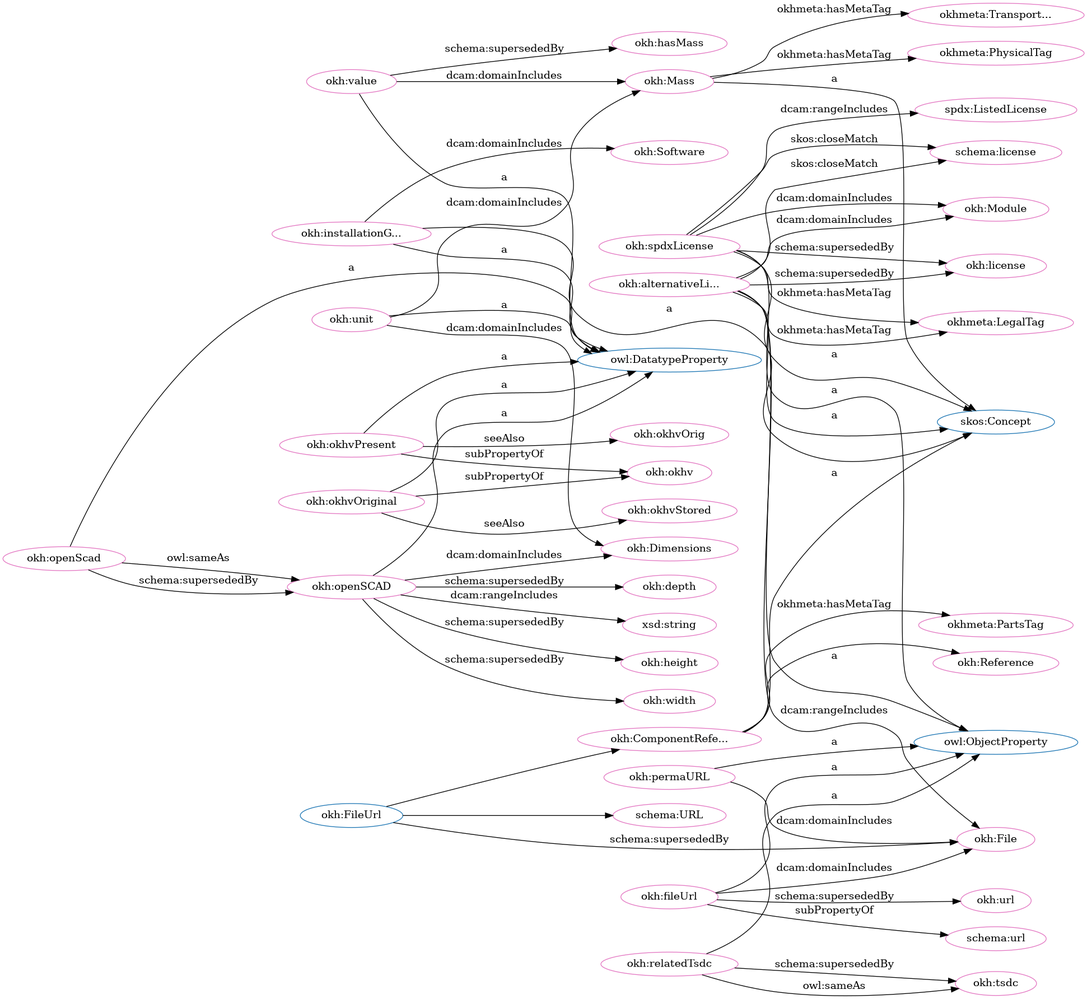
iop-alliance/OpenKnowHow keeps this Graphviz diagram as src/spec/dot_okh_deprecated.png. Above is the earlier version. Its source is kept beside it as src/spec/dot_okh_deprecated.dot.
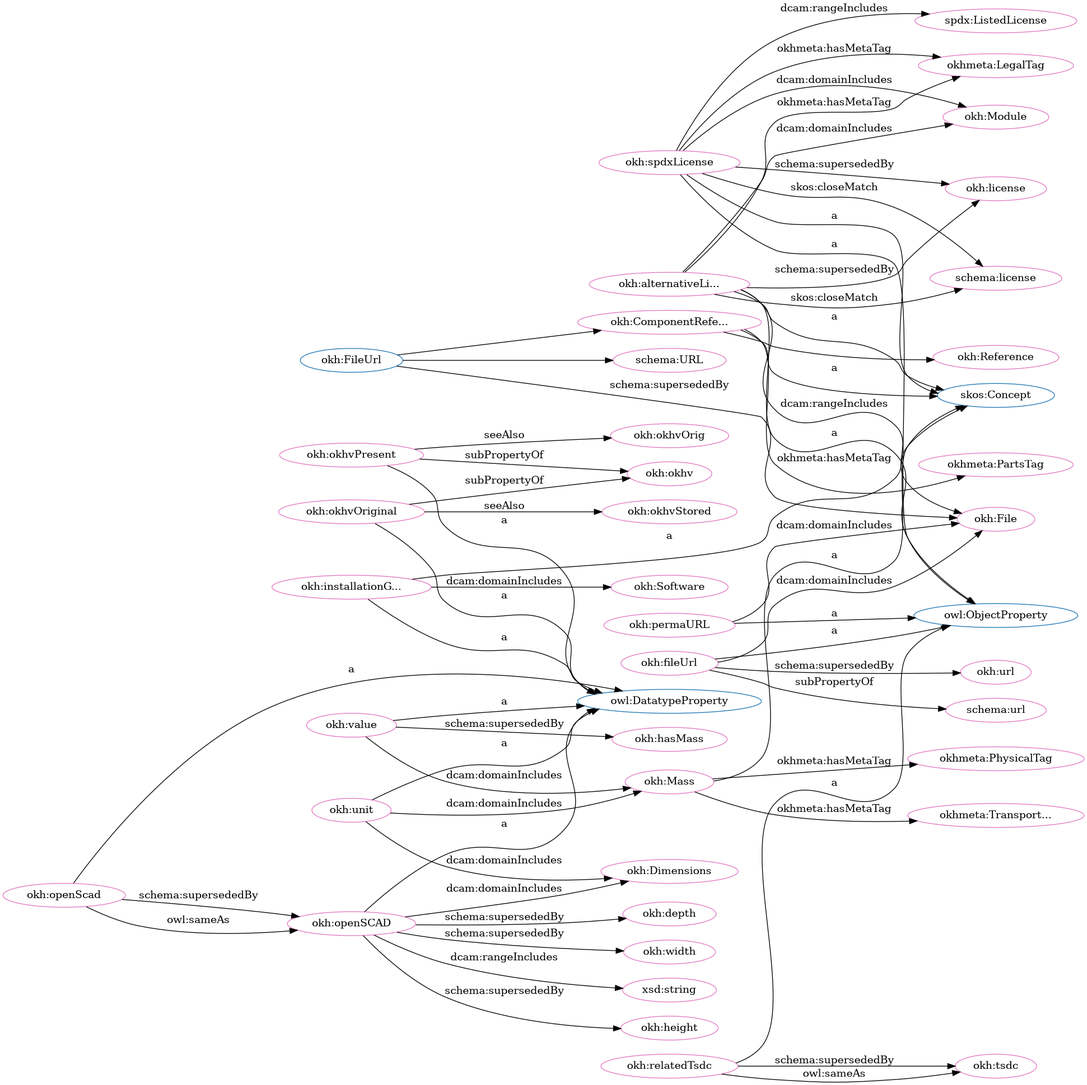
The same file after the commit.

The edit, as a diff of the source:
```diff
@@ -1,106 +1,106 @@
 digraph G {
   rankdir=BT
   node[height=.3]
+"http://www.w3.org/2002/07/owl#ObjectProperty" [fillcolor="#1f77b4" color="#1f77b4" label="owl:ObjectProperty"]
+"http://www.w3.org/2004/02/skos/core#Concept" [fillcolor="#1f77b4" color="#1f77b4" label="skos:Concept"]
+"http://w3id.org/oseg/ont/okh#FileUrl" [fillcolor="#1f77b4" color="#1f77b4" label="okh:FileUrl"]
+"http://w3id.org/oseg/ont/okh#ComponentReference" [fillcolor="#1f77b4" color="#1f77b4" label="okh:ComponentRefe..."]
 "http://w3id.org/oseg/ont/okh#Reference" [fillcolor="#1f77b4" color="#1f77b4" label="okh:Reference"]
-"http://www.w3.org/2002/07/owl#ObjectProperty" [fillcolor="#1f77b4" color="#1f77b4" label="owl:ObjectProperty"]
+"http://www.w3.org/2002/07/owl#DatatypeProperty" [fillcolor="#1f77b4" color="#1f77b4" label="owl:DatatypeProperty"]
+"http://w3id.org/oseg/ont/okh#Mass" [fillcolor="#1f77b4" color="#1f77b4" label="okh:Mass"]
 "http://schema.org/URL" [fillcolor="#1f77b4" color="#1f77b4" label="schema:URL"]
-"http://w3id.org/oseg/ont/okh#FileUrl" [fillcolor="#1f77b4" color="#1f77b4" label="okh:FileUrl"]
-"http://w3id.org/oseg/ont/okh#Mass" [fillcolor="#1f77b4" color="#1f77b4" label="okh:Mass"]
-"http://www.w3.org/2004/02/skos/core#Concept" [fillcolor="#1f77b4" color="#1f77b4" label="skos:Concept"]
-"http://www.w3.org/2002/07/owl#DatatypeProperty" [fillcolor="#1f77b4" color="#1f77b4" label="owl:DatatypeProperty"]
-"http://w3id.org/oseg/ont/okh#ComponentReference" [fillcolor="#1f77b4" color="#1f77b4" label="okh:ComponentRefe..."]
-"http://w3id.org/oseg/ont/okh#okhvPresent" [fillcolor="#e377c2" color="#e377c2" label="okh:okhvPresent"]
+"http://w3id.org/oseg/ont/okh#Reference" [fillcolor="#e377c2" color="#e377c2" label="okh:Reference"]
 "http://w3id.org/oseg/ont/okh#File" [fillcolor="#e377c2" color="#e377c2" label="okh:File"]
-"http://w3id.org/oseg/ont/okh#openSCAD" [fillcolor="#e377c2" color="#e377c2" label="okh:openSCAD"]
-"http://w3id.org/oseg/ont/okhmetaLegalTag" [fillcolor="#e377c2" color="#e377c2" label="okhmeta:LegalTag"]
-"http://w3id.org/oseg/ont/okh#ComponentReference" [fillcolor="#e377c2" color="#e377c2" label="okh:ComponentRefe..."]
-"http://w3id.org/oseg/ont/okh#Reference" [fillcolor="#e377c2" color="#e377c2" label="okh:Reference"]
-"http://w3id.org/oseg/ont/okh#okhvStored" [fillcolor="#e377c2" color="#e377c2" label="okh:okhvStored"]
-"http://w3id.org/oseg/ont/okh#spdxLicense" [fillcolor="#e377c2" color="#e377c2" label="okh:spdxLicense"]
-"http://w3id.org/oseg/ont/okh#license" [fillcolor="#e377c2" color="#e377c2" label="okh:license"]
-"http://w3id.org/oseg/ont/okh#hasMass" [fillcolor="#e377c2" color="#e377c2" label="okh:hasMass"]
-"http://w3id.org/oseg/ont/okh#okhv" [fillcolor="#e377c2" color="#e377c2" label="okh:okhv"]
-"http://w3id.org/oseg/ont/okh#tsdc" [fillcolor="#e377c2" color="#e377c2" label="okh:tsdc"]
-"http://spdx.org/rdf/terms#ListedLicense" [fillcolor="#e377c2" color="#e377c2" label="spdx:ListedLicense"]
-"http://w3id.org/oseg/ont/okh#openScad" [fillcolor="#e377c2" color="#e377c2" label="okh:openScad"]
-"http://w3id.org/oseg/ont/okhmetaPhysicalTag" [fillcolor="#e377c2" color="#e377c2" label="okhmeta:PhysicalTag"]
-"http://w3id.org/oseg/ont/okh#Mass" [fillcolor="#e377c2" color="#e377c2" label="okh:Mass"]
-"http://w3id.org/oseg/ont/okh#width" [fillcolor="#e377c2" color="#e377c2" label="okh:width"]
-"http://w3id.org/oseg/ont/okh#fileUrl" [fillcolor="#e377c2" color="#e377c2" label="okh:fileUrl"]
-"http://schema.org/url" [fillcolor="#e377c2" color="#e377c2" label="schema:url"]
-"http://w3id.org/oseg/ont/okh#Software" [fillcolor="#e377c2" color="#e377c2" label="okh:Software"]
-"http://w3id.org/oseg/ont/okh#depth" [fillcolor="#e377c2" color="#e377c2" label="okh:depth"]
-"http://w3id.org/oseg/ont/okh#unit" [fillcolor="#e377c2" color="#e377c2" label="okh:unit"]
 "http://schema.org/URL" [fillcolor="#e377c2" color="#e377c2" label="schema:URL"]
 "http://w3id.org/oseg/ont/okhmetaPartsTag" [fillcolor="#e377c2" color="#e377c2" label="okhmeta:PartsTag"]
+"http://w3id.org/oseg/ont/okh#okhvPresent" [fillcolor="#e377c2" color="#e377c2" label="okh:okhvPresent"]
+"http://w3id.org/oseg/ont/okh#url" [fillcolor="#e377c2" color="#e377c2" label="okh:url"]
+"http://w3id.org/oseg/ont/okh#Dimensions" [fillcolor="#e377c2" color="#e377c2" label="okh:Dimensions"]
+"http://w3id.org/oseg/ont/okh#Module" [fillcolor="#e377c2" color="#e377c2" label="okh:Module"]
+"http://w3id.org/oseg/ont/okhmetaPhysicalTag" [fillcolor="#e377c2" color="#e377c2" label="okhmeta:PhysicalTag"]
+"http://w3id.org/oseg/ont/okh#installationGuide" [fillcolor="#e377c2" color="#e377c2" label="okh:installationG..."]
+"http://w3id.org/oseg/ont/okh#width" [fillcolor="#e377c2" color="#e377c2" label="okh:width"]
+"http://w3id.org/oseg/ont/okh#Mass" [fillcolor="#e377c2" color="#e377c2" label="okh:Mass"]
+"http://w3id.org/oseg/ont/okh#tsdc" [fillcolor="#e377c2" color="#e377c2" label="okh:tsdc"]
+"http://www.w3.org/2001/XMLSchema#string" [fillcolor="#e377c2" color="#e377c2" label="xsd:string"]
+"http://schema.org/license" [fillcolor="#e377c2" color="#e377c2" label="schema:license"]
+"http://schema.org/url" [fillcolor="#e377c2" color="#e377c2" label="schema:url"]
+"http://w3id.org/oseg/ont/okh#unit" [fillcolor="#e377c2" color="#e377c2" label="okh:unit"]
+"http://w3id.org/oseg/ont/okh#spdxLicense" [fillcolor="#e377c2" color="#e377c2" label="okh:spdxLicense"]
+"http://w3id.org/oseg/ont/okh#okhvStored" [fillcolor="#e377c2" color="#e377c2" label="okh:okhvStored"]
+"http://w3id.org/oseg/ont/okh#okhv" [fillcolor="#e377c2" color="#e377c2" label="okh:okhv"]
+"http://w3id.org/oseg/ont/okh#height" [fillcolor="#e377c2" color="#e377c2" label="okh:height"]
 "http://w3id.org/oseg/ont/okh#alternativeLicense" [fillcolor="#e377c2" color="#e377c2" label="okh:alternativeLi..."]
+"http://w3id.org/oseg/ont/okh#okhvOrig" [fillcolor="#e377c2" color="#e377c2" label="okh:okhvOrig"]
+"http://w3id.org/oseg/ont/okh#relatedTsdc" [fillcolor="#e377c2" color="#e377c2" label="okh:relatedTsdc"]
+"http://w3id.org/oseg/ont/okh#fileUrl" [fillcolor="#e377c2" color="#e377c2" label="okh:fileUrl"]
+"http://w3id.org/oseg/ont/okhmetaLegalTag" [fillcolor="#e377c2" color="#e377c2" label="okhmeta:LegalTag"]
+"http://w3id.org/oseg/ont/okh#permaURL" [fillcolor="#e377c2" color="#e377c2" label="okh:permaURL"]
+"http://w3id.org/oseg/ont/okh#ComponentReference" [fillcolor="#e377c2" color="#e377c2" label="okh:ComponentRefe..."]
+"http://w3id.org/oseg/ont/okh#value" [fillcolor="#e377c2" color="#e377c2" label="okh:value"]
+"http://w3id.org/oseg/ont/okh#hasMass" [fillcolor="#e377c2" color="#e377c2" label="okh:hasMass"]
+"http://w3id.org/oseg/ont/okh#depth" [fillcolor="#e377c2" color="#e377c2" label="okh:depth"]
+"http://w3id.org/oseg/ont/okh#openSCAD" [fillcolor="#e377c2" color="#e377c2" label="okh:openSCAD"]
+"http://w3id.org/oseg/ont/okh#okhvOriginal" [fillcolor="#e377c2" color="#e377c2" label="okh:okhvOriginal"]
+"http://w3id.org/oseg/ont/okh#Software" [fillcolor="#e377c2" color="#e377c2" label="okh:Software"]
+"http://w3id.org/oseg/ont/okh#license" [fillcolor="#e377c2" color="#e377c2" label="okh:license"]
 "http://w3id.org/oseg/ont/okhmetaTransportationTag" [fillcolor="#e377c2" color="#e377c2" label="okhmeta:Transport..."]
-"http://w3id.org/oseg/ont/okh#Module" [fillcolor="#e377c2" color="#e377c2" label="okh:Module"]
-"http://w3id.org/oseg/ont/okh#url" [fillcolor="#e377c2" color="#e377c2" label="okh:url"]
-"http://w3id.org/oseg/ont/okh#okhvOriginal" [fillcolor="#e377c2" color="#e377c2" label="okh:okhvOriginal"]
-"http://w3id.org/oseg/ont/okh#permaURL" [fillcolor="#e377c2" color="#e377c2" label="okh:permaURL"]
-"http://w3id.org/oseg/ont/okh#relatedTsdc" [fillcolor="#e377c2" color="#e377c2" label="okh:relatedTsdc"]
-"http://schema.org/license" [fillcolor="#e377c2" color="#e377c2" label="schema:license"]
-"http://w3id.org/oseg/ont/okh#Dimensions" [fillcolor="#e377c2" color="#e377c2" label="okh:Dimensions"]
-"http://w3id.org/oseg/ont/okh#value" [fillcolor="#e377c2" color="#e377c2" label="okh:value"]
-"http://w3id.org/oseg/ont/okh#installationGuide" [fillcolor="#e377c2" color="#e377c2" label="okh:installationG..."]
-"http://w3id.org/oseg/ont/okh#height" [fillcolor="#e377c2" color="#e377c2" label="okh:height"]
-"http://www.w3.org/2001/XMLSchema#string" [fillcolor="#e377c2" color="#e377c2" label="xsd:string"]
-"http://w3id.org/oseg/ont/okh#okhvOrig" [fillcolor="#e377c2" color="#e377c2" label="okh:okhvOrig"]
+"http://w3id.org/oseg/ont/okh#openScad" [fillcolor="#e377c2" color="#e377c2" label="okh:openScad"]
+"http://spdx.org/rdf/terms#ListedLicense" [fillcolor="#e377c2" color="#e377c2" label="spdx:ListedLicense"]
+  "http://w3id.org/oseg/ont/okh#ComponentReference" -> "http://w3id.org/oseg/ont/okh#Reference" [label=""]
+  "http://w3id.org/oseg/ont/okh#FileUrl" -> "http://w3id.org/oseg/ont/okh#File" [label="schema:supersededBy"]
+  "http://w3id.org/oseg/ont/okh#FileUrl" -> "http://schema.org/URL" [label=""]
   "http://w3id.org/oseg/ont/okh#okhvPresent" -> "http://www.w3.org/2002/07/owl#DatatypeProperty" [label="a"]
+  "http://w3id.org/oseg/ont/okh#fileUrl" -> "http://w3id.org/oseg/ont/okh#url" [label="schema:supersededBy"]
+  "http://w3id.org/oseg/ont/okh#unit" -> "http://w3id.org/oseg/ont/okh#Dimensions" [label="dcam:domainIncludes"]
+  "http://w3id.org/oseg/ont/okh#spdxLicense" -> "http://w3id.org/oseg/ont/okh#Module" [label="dcam:domainIncludes"]
+  "http://w3id.org/oseg/ont/okh#Mass" -> "http://w3id.org/oseg/ont/okhmetaPhysicalTag" [label="okhmeta:hasMetaTag"]
+  "http://w3id.org/oseg/ont/okh#installationGuide" -> "http://www.w3.org/2004/02/skos/core#Concept" [label="a"]
+  "http://w3id.org/oseg/ont/okh#openSCAD" -> "http://w3id.org/oseg/ont/okh#width" [label="schema:supersededBy"]
+  "http://w3id.org/oseg/ont/okh#value" -> "http://w3id.org/oseg/ont/okh#Mass" [label="dcam:domainIncludes"]
+  "http://w3id.org/oseg/ont/okh#relatedTsdc" -> "http://w3id.org/oseg/ont/okh#tsdc" [label="owl:sameAs"]
+  "http://w3id.org/oseg/ont/okh#openSCAD" -> "http://www.w3.org/2001/XMLSchema#string" [label="dcam:rangeIncludes"]
+  "http://w3id.org/oseg/ont/okh#spdxLicense" -> "http://schema.org/license" [label="skos:closeMatch"]
+  "http://w3id.org/oseg/ont/okh#alternativeLicense" -> "http://schema.org/license" [label="skos:closeMatch"]
+  "http://w3id.org/oseg/ont/okh#fileUrl" -> "http://schema.org/url" [label="subPropertyOf"]
+  "http://w3id.org/oseg/ont/okh#Mass" -> "http://www.w3.org/2004/02/skos/core#Concept" [label="a"]
+  "http://w3id.org/oseg/ont/okh#unit" -> "http://www.w3.org/2002/07/owl#DatatypeProperty" [label="a"]
+  "http://w3id.org/oseg/ont/okh#spdxLicense" -> "http://www.w3.org/2004/02/skos/core#Concept" [label="a"]
+  "http://w3id.org/oseg/ont/okh#okhvOriginal" -> "http://w3id.org/oseg/ont/okh#okhvStored" [label="seeAlso"]
+  "http://w3id.org/oseg/ont/okh#alternativeLicense" -> "http://w3id.org/oseg/ont/okh#Module" [label="dcam:domainIncludes"]
+  "http://w3id.org/oseg/ont/okh#spdxLicense" -> "http://www.w3.org/2002/07/owl#ObjectProperty" [label="a"]
+  "http://w3id.org/oseg/ont/okh#okhvOriginal" -> "http://w3id.org/oseg/ont/okh#okhv" [label="subPropertyOf"]
+  "http://w3id.org/oseg/ont/okh#openSCAD" -> "http://w3id.org/oseg/ont/okh#height" [label="schema:supersededBy"]
+  "http://w3id.org/oseg/ont/okh#alternativeLicense" -> "http://www.w3.org/2004/02/skos/core#Concept" [label="a"]
+  "http://w3id.org/oseg/ont/okh#okhvPresent" -> "http://w3id.org/oseg/ont/okh#okhvOrig" [label="seeAlso"]
+  "http://w3id.org/oseg/ont/okh#alternativeLicense" -> "http://www.w3.org/2002/07/owl#ObjectProperty" [label="a"]
+  "http://w3id.org/oseg/ont/okh#relatedTsdc" -> "http://www.w3.org/2002/07/owl#ObjectProperty" [label="a"]
+  "http://w3id.org/oseg/ont/okh#fileUrl" -> "http://www.w3.org/2002/07/owl#ObjectProperty" [label="a"]
+  "http://w3id.org/oseg/ont/okh#spdxLicense" -> "http://w3id.org/oseg/ont/okhmetaLegalTag" [label="okhmeta:hasMetaTag"]
+  "http://w3id.org/oseg/ont/okh#permaURL" -> "http://www.w3.org/2002/07/owl#ObjectProperty" [label="a"]
+  "http://w3id.org/oseg/ont/okh#alternativeLicense" -> "http://w3id.org/oseg/ont/okhmetaLegalTag" [label="okhmeta:hasMetaTag"]
   "http://w3id.org/oseg/ont/okh#alternativeLicense" -> "http://w3id.org/oseg/ont/okh#File" [label="dcam:rangeIncludes"]
+  "http://w3id.org/oseg/ont/okh#ComponentReference" -> "http://www.w3.org/2004/02/skos/core#Concept" [label="a"]
+  "http://w3id.org/oseg/ont/okh#fileUrl" -> "http://w3id.org/oseg/ont/okh#File" [label="dcam:domainIncludes"]
+  "http://w3id.org/oseg/ont/okh#value" -> "http://www.w3.org/2002/07/owl#DatatypeProperty" [label="a"]
+  "http://w3id.org/oseg/ont/okh#value" -> "http://w3id.org/oseg/ont/okh#hasMass" [label="schema:supersededBy"]
+  "http://w3id.org/oseg/ont/okh#openSCAD" -> "http://w3id.org/oseg/ont/okh#depth" [label="schema:supersededBy"]
+  "http://w3id.org/oseg/ont/okh#permaURL" -> "http://w3id.org/oseg/ont/okh#File" [label="dcam:domainIncludes"]
+  "http://w3id.org/oseg/ont/okh#openSCAD" -> "http://www.w3.org/2002/07/owl#DatatypeProperty" [label="a"]
+  "http://w3id.org/oseg/ont/okh#openSCAD" -> "http://w3id.org/oseg/ont/okh#Dimensions" [label="dcam:domainIncludes"]
+  "http://w3id.org/oseg/ont/okh#okhvPresent" -> "http://w3id.org/oseg/ont/okh#okhv" [label="subPropertyOf"]
+  "http://w3id.org/oseg/ont/okh#okhvOriginal" -> "http://www.w3.org/2002/07/owl#DatatypeProperty" [label="a"]
+  "http://w3id.org/oseg/ont/okh#installationGuide" -> "http://w3id.org/oseg/ont/okh#Software" [label="dcam:domainIncludes"]
   "http://w3id.org/oseg/ont/okh#openScad" -> "http://w3id.org/oseg/ont/okh#openSCAD" [label="schema:supersededBy"]
-  "http://w3id.org/oseg/ont/okh#alternativeLicense" -> "http://w3id.org/oseg/ont/okhmetaLegalTag" [label="okhmeta:hasMetaTag"]
-  "http://w3id.org/oseg/ont/okh#ComponentReference" -> "http://www.w3.org/2004/02/skos/core#Concept" [label="a"]
-  "http://w3id.org/oseg/ont/okh#ComponentReference" -> "http://w3id.org/oseg/ont/okh#Reference" [label=""]
-  "http://w3id.org/oseg/ont/okh#okhvOriginal" -> "http://w3id.org/oseg/ont/okh#okhvStored" [label="seeAlso"]
-  "http://w3id.org/oseg/ont/okh#spdxLicense" -> "http://www.w3.org/2002/07/owl#ObjectProperty" [label="a"]
   "http://w3id.org/oseg/ont/okh#spdxLicense" -> "http://w3id.org/oseg/ont/okh#license" [label="schema:supersededBy"]
-  "http://w3id.org/oseg/ont/okh#value" -> "http://w3id.org/oseg/ont/okh#hasMass" [label="schema:supersededBy"]
-  "http://w3id.org/oseg/ont/okh#okhvOriginal" -> "http://w3id.org/oseg/ont/okh#okhv" [label="subPropertyOf"]
-  "http://w3id.org/oseg/ont/okh#relatedTsdc" -> "http://w3id.org/oseg/ont/okh#tsdc" [label="owl:sameAs"]
+  "http://w3id.org/oseg/ont/okh#installationGuide" -> "http://www.w3.org/2002/07/owl#DatatypeProperty" [label="a"]
+  "http://w3id.org/oseg/ont/okh#Mass" -> "http://w3id.org/oseg/ont/okhmetaTransportationTag" [label="okhmeta:hasMetaTag"]
+  "http://w3id.org/oseg/ont/okh#alternativeLicense" -> "http://w3id.org/oseg/ont/okh#license" [label="schema:supersededBy"]
+  "http://w3id.org/oseg/ont/okh#openScad" -> "http://www.w3.org/2002/07/owl#DatatypeProperty" [label="a"]
+  "http://w3id.org/oseg/ont/okh#unit" -> "http://w3id.org/oseg/ont/okh#Mass" [label="dcam:domainIncludes"]
   "http://w3id.org/oseg/ont/okh#spdxLicense" -> "http://spdx.org/rdf/terms#ListedLicense" [label="dcam:rangeIncludes"]
-  "http://w3id.org/oseg/ont/okh#openScad" -> "http://www.w3.org/2002/07/owl#DatatypeProperty" [label="a"]
-  "http://w3id.org/oseg/ont/okh#Mass" -> "http://w3id.org/oseg/ont/okhmetaPhysicalTag" [label="okhmeta:hasMetaTag"]
-  "http://w3id.org/oseg/ont/okh#value" -> "http://w3id.org/oseg/ont/okh#Mass" [label="dcam:domainIncludes"]
-  "http://w3id.org/oseg/ont/okh#openSCAD" -> "http://w3id.org/oseg/ont/okh#width" [label="schema:supersededBy"]
-  "http://w3id.org/oseg/ont/okh#spdxLicense" -> "http://www.w3.org/2004/02/skos/core#Concept" [label="a"]
-  "http://w3id.org/oseg/ont/okh#fileUrl" -> "http://www.w3.org/2002/07/owl#ObjectProperty" [label="a"]
-  "http://w3id.org/oseg/ont/okh#fileUrl" -> "http://schema.org/url" [label="subPropertyOf"]
-  "http://w3id.org/oseg/ont/okh#installationGuide" -> "http://w3id.org/oseg/ont/okh#Software" [label="dcam:domainIncludes"]
-  "http://w3id.org/oseg/ont/okh#openSCAD" -> "http://w3id.org/oseg/ont/okh#depth" [label="schema:supersededBy"]
-  "http://w3id.org/oseg/ont/okh#Mass" -> "http://www.w3.org/2004/02/skos/core#Concept" [label="a"]
-  "http://w3id.org/oseg/ont/okh#permaURL" -> "http://w3id.org/oseg/ont/okh#File" [label="dcam:domainIncludes"]
-  "http://w3id.org/oseg/ont/okh#unit" -> "http://www.w3.org/2002/07/owl#DatatypeProperty" [label="a"]
-  "http://w3id.org/oseg/ont/okh#okhvPresent" -> "http://w3id.org/oseg/ont/okh#okhv" [label="subPropertyOf"]
-  "http://w3id.org/oseg/ont/okh#FileUrl" -> "http://schema.org/URL" [label=""]
+  "http://w3id.org/oseg/ont/okh#FileUrl" -> "http://w3id.org/oseg/ont/okh#ComponentReference" [label=""]
   "http://w3id.org/oseg/ont/okh#relatedTsdc" -> "http://w3id.org/oseg/ont/okh#tsdc" [label="schema:supersededBy"]
+  "http://w3id.org/oseg/ont/okh#openScad" -> "http://w3id.org/oseg/ont/okh#openSCAD" [label="owl:sameAs"]
   "http://w3id.org/oseg/ont/okh#ComponentReference" -> "http://w3id.org/oseg/ont/okhmetaPartsTag" [label="okhmeta:hasMetaTag"]
-  "http://w3id.org/oseg/ont/okh#alternativeLicense" -> "http://www.w3.org/2002/07/owl#ObjectProperty" [label="a"]
-  "http://w3id.org/oseg/ont/okh#fileUrl" -> "http://w3id.org/oseg/ont/okh#File" [label="dcam:domainIncludes"]
-  "http://w3id.org/oseg/ont/okh#alternativeLicense" -> "http://w3id.org/oseg/ont/okh#license" [label="schema:supersededBy"]
-  "http://w3id.org/oseg/ont/okh#Mass" -> "http://w3id.org/oseg/ont/okhmetaTransportationTag" [label="okhmeta:hasMetaTag"]
-  "http://w3id.org/oseg/ont/okh#spdxLicense" -> "http://w3id.org/oseg/ont/okh#Module" [label="dcam:domainIncludes"]
-  "http://w3id.org/oseg/ont/okh#fileUrl" -> "http://w3id.org/oseg/ont/okh#url" [label="schema:supersededBy"]
-  "http://w3id.org/oseg/ont/okh#okhvOriginal" -> "http://www.w3.org/2002/07/owl#DatatypeProperty" [label="a"]
-  "http://w3id.org/oseg/ont/okh#openScad" -> "http://w3id.org/oseg/ont/okh#openSCAD" [label="owl:sameAs"]
-  "http://w3id.org/oseg/ont/okh#alternativeLicense" -> "http://www.w3.org/2004/02/skos/core#Concept" [label="a"]
-  "http://w3id.org/oseg/ont/okh#permaURL" -> "http://www.w3.org/2002/07/owl#ObjectProperty" [label="a"]
-  "http://w3id.org/oseg/ont/okh#unit" -> "http://w3id.org/oseg/ont/okh#Mass" [label="dcam:domainIncludes"]
-  "http://w3id.org/oseg/ont/okh#openSCAD" -> "http://www.w3.org/2002/07/owl#DatatypeProperty" [label="a"]
-  "http://w3id.org/oseg/ont/okh#relatedTsdc" -> "http://www.w3.org/2002/07/owl#ObjectProperty" [label="a"]
-  "http://w3id.org/oseg/ont/okh#spdxLicense" -> "http://schema.org/license" [label="skos:closeMatch"]
-  "http://w3id.org/oseg/ont/okh#openSCAD" -> "http://w3id.org/oseg/ont/okh#Dimensions" [label="dcam:domainIncludes"]
-  "http://w3id.org/oseg/ont/okh#unit" -> "http://w3id.org/oseg/ont/okh#Dimensions" [label="dcam:domainIncludes"]
-  "http://w3id.org/oseg/ont/okh#value" -> "http://www.w3.org/2002/07/owl#DatatypeProperty" [label="a"]
-  "http://w3id.org/oseg/ont/okh#FileUrl" -> "http://w3id.org/oseg/ont/okh#ComponentReference" [label=""]
-  "http://w3id.org/oseg/ont/okh#spdxLicense" -> "http://w3id.org/oseg/ont/okhmetaLegalTag" [label="okhmeta:hasMetaTag"]
-  "http://w3id.org/oseg/ont/okh#installationGuide" -> "http://www.w3.org/2002/07/owl#DatatypeProperty" [label="a"]
-  "http://w3id.org/oseg/ont/okh#installationGuide" -> "http://www.w3.org/2004/02/skos/core#Concept" [label="a"]
-  "http://w3id.org/oseg/ont/okh#FileUrl" -> "http://w3id.org/oseg/ont/okh#File" [label="schema:supersededBy"]
-  "http://w3id.org/oseg/ont/okh#alternativeLicense" -> "http://w3id.org/oseg/ont/okh#Module" [label="dcam:domainIncludes"]
-  "http://w3id.org/oseg/ont/okh#openSCAD" -> "http://w3id.org/oseg/ont/okh#height" [label="schema:supersededBy"]
-  "http://w3id.org/oseg/ont/okh#alternativeLicense" -> "http://schema.org/license" [label="skos:closeMatch"]
-  "http://w3id.org/oseg/ont/okh#openSCAD" -> "http://www.w3.org/2001/XMLSchema#string" [label="dcam:rangeIncludes"]
-  "http://w3id.org/oseg/ont/okh#okhvPresent" -> "http://w3id.org/oseg/ont/okh#okhvOrig" [label="seeAlso"]
 }
```
